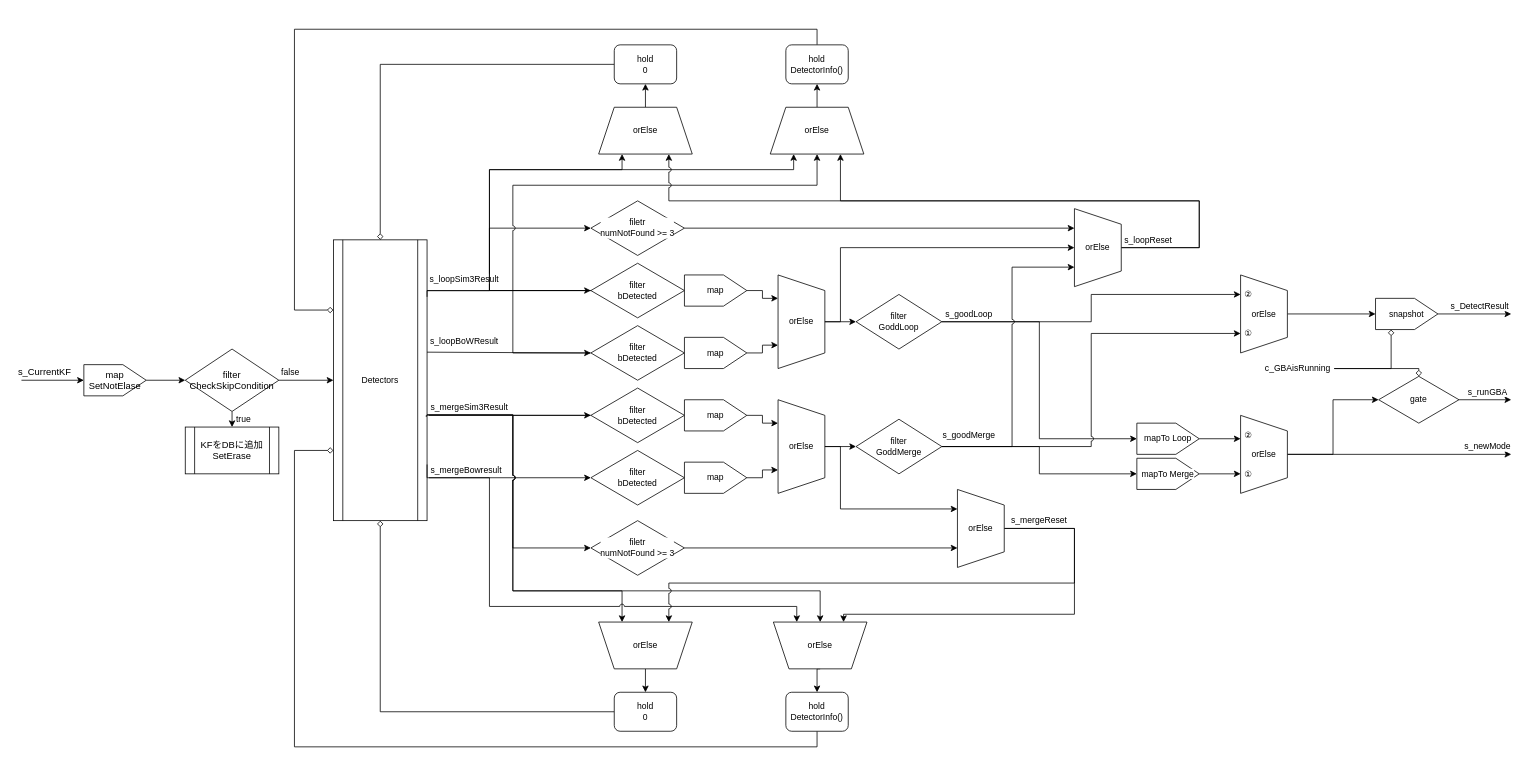
Earlier version of the draw.io diagram page "全体のネットワーク" (1 of 2) of images/Detector.drawio (suzuki-taro-unofficial/ORB-SLAM3-decoding). Source tidied: cells renumbered, new cells numbered last; positions are measured from the earlier drawing's top-left corner, leaving out a move shared by most shapes. Both pictures are drawn from the tidied source at 78%, with x=0, y=0 at pixel (13, 29).
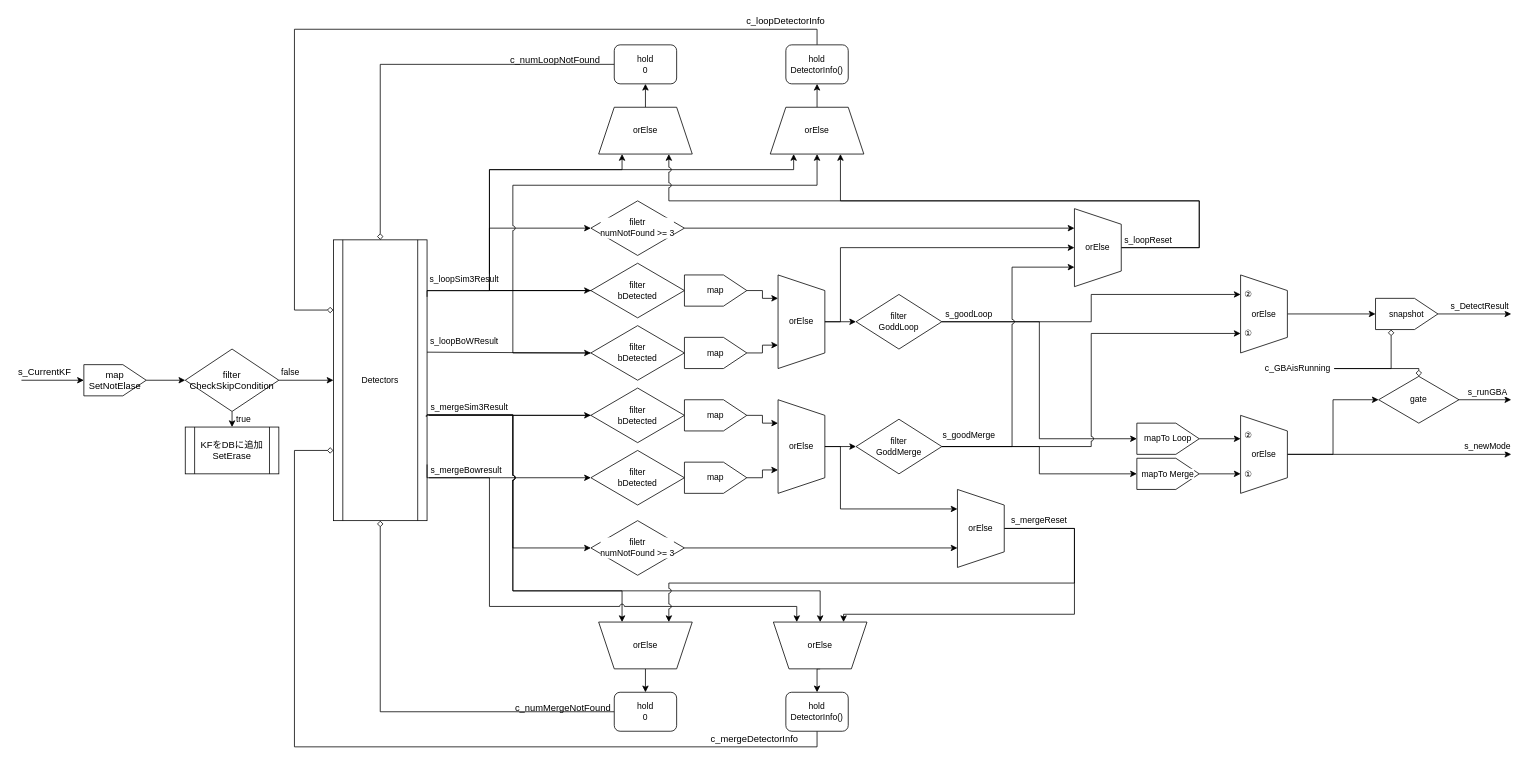
After the change.

Commit message (it also covers changes not shown here):
update Detector network

Diff of the diagram source:
```diff
@@
+    <mxCell id="108" value="c_numMergeNotFound" style="text;html=1;align=center;verticalAlign=middle;whiteSpace=wrap;rounded=0;" parent="1" vertex="1">
+      <mxGeometry x="657.5" y="860" width="92.5" height="20" as="geometry" />
+    </mxCell>
+    <mxCell id="109" value="c_numLoopNotFound" style="text;html=1;align=center;verticalAlign=middle;whiteSpace=wrap;rounded=0;" parent="1" vertex="1">
+      <mxGeometry x="647.5" y="30" width="92.5" height="20" as="geometry" />
+    </mxCell>
+    <mxCell id="110" value="c_mergeDetectorInfo" style="text;html=1;align=center;verticalAlign=middle;whiteSpace=wrap;rounded=0;" parent="1" vertex="1">
+      <mxGeometry x="910" y="900" width="80" height="20" as="geometry" />
+    </mxCell>
+    <mxCell id="111" value="c_loopDetectorInfo" style="text;html=1;align=center;verticalAlign=middle;whiteSpace=wrap;rounded=0;" parent="1" vertex="1">
+      <mxGeometry x="950" y="-20" width="80" height="20" as="geometry" />
+    </mxCell>
```
